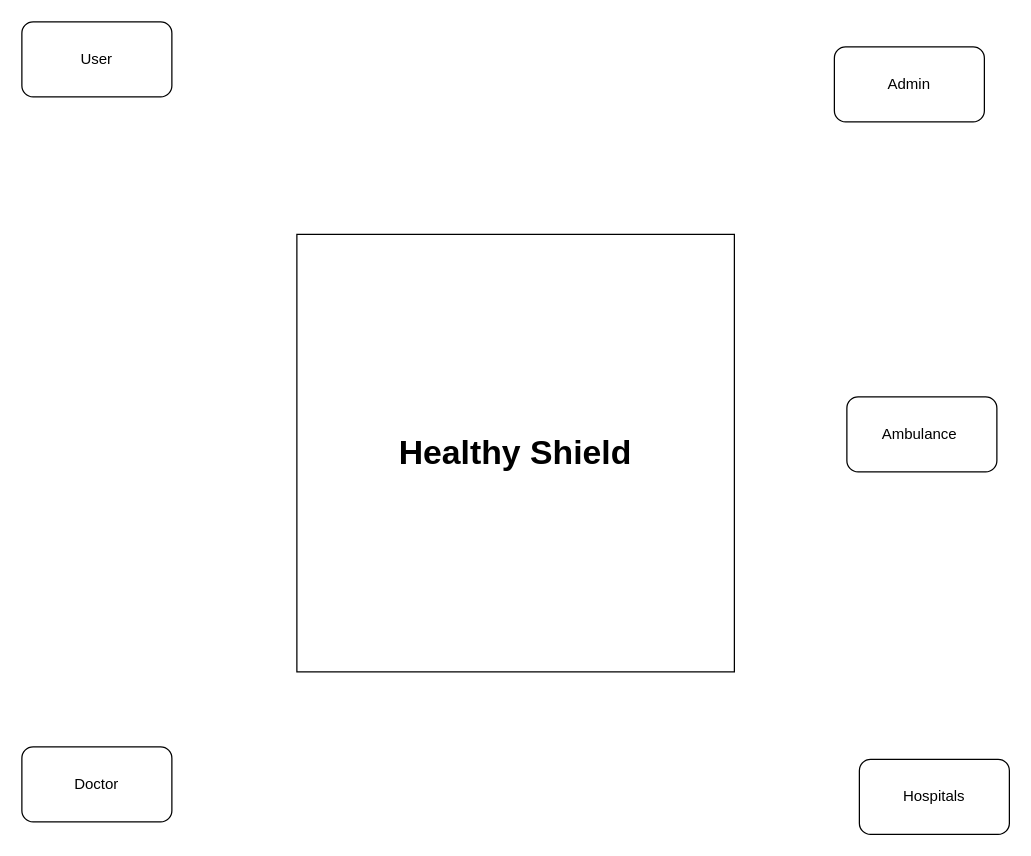
Above: Context.drawio in abdelrahmanbonna/Healthy_Shield_Analysis (draw.io), before the change. Source tidied: cells renumbered, new cells numbered last; positions are measured from the earlier drawing's top-left corner, leaving out a move shared by most shapes. Both pictures are drawn from the tidied source at 125%, with x=0, y=0 at pixel (21, 21).
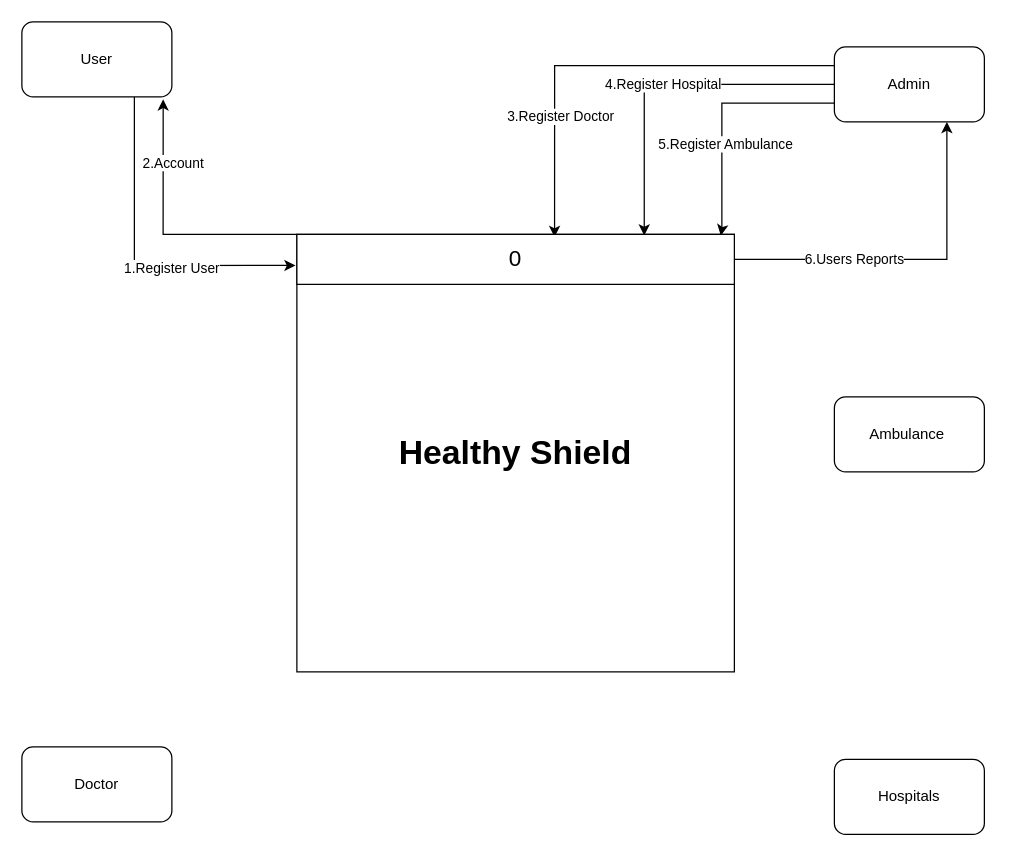
The same page after the edit.

The change refers to these unchanged cells:
```xml
<mxCell id="2" value="&lt;font style=&quot;font-size: 27px&quot;&gt;&lt;b&gt;Healthy Shield&lt;/b&gt;&lt;/font&gt;" style="whiteSpace=wrap;html=1;" parent="1" vertex="1">
  <mxGeometry x="220" y="170" width="350" height="350" as="geometry" />
</mxCell>
<mxCell id="3" value="User" style="rounded=1;whiteSpace=wrap;html=1;" parent="1" vertex="1">
  <mxGeometry width="120" height="60" as="geometry" />
</mxCell>
<mxCell id="7" value="Admin" style="rounded=1;whiteSpace=wrap;html=1;" parent="1" vertex="1">
  <mxGeometry x="650" y="20" width="120" height="60" as="geometry" />
</mxCell>
```

Diff of the diagram source:
```diff
@@
+    <mxCell id="8" style="edgeStyle=orthogonalEdgeStyle;rounded=0;jettySize=auto;html=1;exitX=0;exitY=0;exitDx=0;exitDy=0;entryX=0.942;entryY=1.033;entryDx=0;entryDy=0;entryPerimeter=0;" parent="1" edge="1" source="2" target="3">
+      <mxGeometry relative="1" as="geometry">
+        <Array as="points">
+          <mxPoint x="113" y="170" />
+        </Array>
+      </mxGeometry>
+    </mxCell>
+    <mxCell id="9" value="2.Account" style="edgeLabel;html=1;align=center;verticalAlign=middle;" parent="8" vertex="1">
+      <mxGeometry x="-0.05" y="-29" relative="1" as="geometry">
+        <mxPoint x="2" y="-29" as="offset" />
+      </mxGeometry>
+    </mxCell>
@@
+    <mxCell id="10" style="edgeStyle=orthogonalEdgeStyle;rounded=0;jettySize=auto;html=1;exitX=0.75;exitY=1;exitDx=0;exitDy=0;entryX=-0.003;entryY=0.071;entryDx=0;entryDy=0;entryPerimeter=0;" parent="1" edge="1" source="3" target="2">
+      <mxGeometry relative="1" as="geometry" />
+    </mxCell>
+    <mxCell id="11" value="1.Register User" style="edgeLabel;html=1;align=center;verticalAlign=middle;" parent="10" vertex="1">
+      <mxGeometry x="0.02" y="29" relative="1" as="geometry">
+        <mxPoint x="29" y="31" as="offset" />
+      </mxGeometry>
+    </mxCell>
@@
     <mxCell id="5" value="Hospitals" style="rounded=1;whiteSpace=wrap;html=1;" parent="1" vertex="1">
-      <mxGeometry x="670" y="590" width="120" height="60" as="geometry" />
+      <mxGeometry x="650" y="590" width="120" height="60" as="geometry" />
     </mxCell>
     <mxCell id="6" value="Ambulance&amp;nbsp;" style="rounded=1;whiteSpace=wrap;html=1;" parent="1" vertex="1">
-      <mxGeometry x="660" y="300" width="120" height="60" as="geometry" />
+      <mxGeometry x="650" y="300" width="120" height="60" as="geometry" />
     </mxCell>
+    <mxCell id="12" style="edgeStyle=orthogonalEdgeStyle;rounded=0;jettySize=auto;html=1;exitX=0;exitY=0.25;exitDx=0;exitDy=0;entryX=0.589;entryY=0.006;entryDx=0;entryDy=0;entryPerimeter=0;" parent="1" edge="1" source="7" target="2">
+      <mxGeometry relative="1" as="geometry">
+        <Array as="points">
+          <mxPoint x="426" y="35" />
+        </Array>
+      </mxGeometry>
+    </mxCell>
+    <mxCell id="13" value="3.Register Doctor" style="edgeLabel;html=1;align=center;verticalAlign=middle;" parent="12" vertex="1">
+      <mxGeometry x="0.22" y="40" relative="1" as="geometry" />
+    </mxCell>
+    <mxCell id="14" value="4.Register Hospital" style="edgeStyle=orthogonalEdgeStyle;rounded=0;jettySize=auto;html=1;exitX=0;exitY=0.5;exitDx=0;exitDy=0;entryX=0.794;entryY=0.025;entryDx=0;entryDy=0;entryPerimeter=0;" parent="1" edge="1" source="7" target="19">
+      <mxGeometry relative="1" as="geometry" />
+    </mxCell>
+    <mxCell id="15" style="edgeStyle=orthogonalEdgeStyle;rounded=0;jettySize=auto;html=1;exitX=0;exitY=0.75;exitDx=0;exitDy=0;entryX=0.969;entryY=0.025;entryDx=0;entryDy=0;entryPerimeter=0;" parent="1" edge="1" source="7" target="19">
+      <mxGeometry relative="1" as="geometry">
+        <Array as="points">
+          <mxPoint x="560" y="65" />
+          <mxPoint x="560" y="166" />
+        </Array>
+      </mxGeometry>
+    </mxCell>
+    <mxCell id="16" value="5.Register Ambulance" style="edgeLabel;html=1;align=center;verticalAlign=middle;" parent="15" vertex="1">
+      <mxGeometry x="-0.1" y="32" relative="1" as="geometry" />
+    </mxCell>
@@
+    <mxCell id="17" style="edgeStyle=orthogonalEdgeStyle;rounded=0;jettySize=auto;html=1;exitX=1;exitY=0.5;exitDx=0;exitDy=0;entryX=0.75;entryY=1;entryDx=0;entryDy=0;" parent="1" edge="1" source="19" target="7">
+      <mxGeometry relative="1" as="geometry" />
+    </mxCell>
+    <mxCell id="18" value="6.Users Reports" style="edgeLabel;html=1;align=center;verticalAlign=middle;" parent="17" vertex="1">
+      <mxGeometry x="-0.32" y="1" relative="1" as="geometry" />
+    </mxCell>
+    <mxCell id="19" value="&lt;font style=&quot;font-size: 18px&quot;&gt;0&lt;/font&gt;" style="rounded=0;whiteSpace=wrap;html=1;" parent="1" vertex="1">
+      <mxGeometry x="220" y="170" width="350" height="40" as="geometry" />
+    </mxCell>
```
